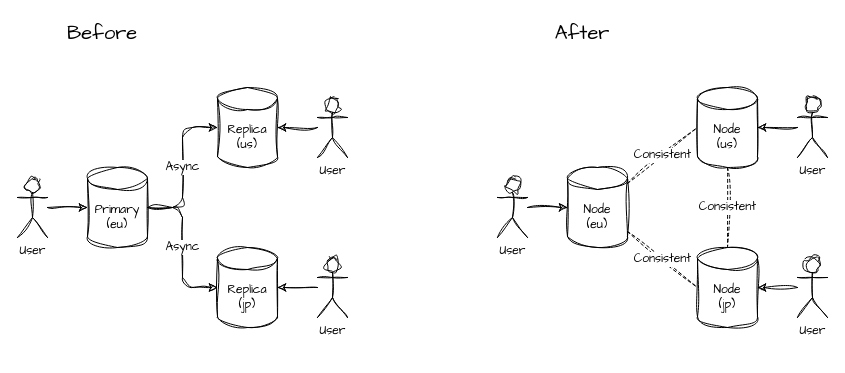
Earlier version of the draw.io diagram 001_fragile_data_integrations/edge_computing/diagram.drawio (codingconcepts/architecture-simplification). Source tidied: cells renumbered, new cells numbered last; positions are measured from the earlier drawing's top-left corner, leaving out a move shared by most shapes. Both pictures are drawn from the tidied source at 100%, with x=0, y=0 at pixel (17, 17).
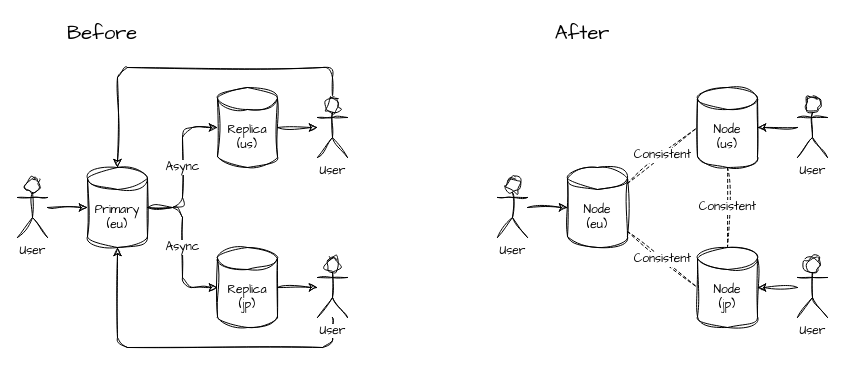
After the change.

Unchanged cells that the change refers to:
```xml
<mxCell id="4" value="Primary&lt;br&gt;(eu)" style="shape=cylinder3;whiteSpace=wrap;html=1;boundedLbl=1;backgroundOutline=1;size=11;sketch=1;curveFitting=1;jiggle=2;fontFamily=Architects Daughter;fillColor=none;" parent="1" vertex="1">
  <mxGeometry x="70" y="150" width="60" height="80" as="geometry" />
</mxCell>
<mxCell id="9" value="Replica&lt;br&gt;(us)" style="shape=cylinder3;whiteSpace=wrap;html=1;boundedLbl=1;backgroundOutline=1;size=11;sketch=1;curveFitting=1;jiggle=2;fontFamily=Architects Daughter;fillColor=none;" parent="1" vertex="1">
  <mxGeometry x="200" y="70" width="60" height="80" as="geometry" />
</mxCell>
<mxCell id="10" value="Replica&lt;br&gt;(jp)" style="shape=cylinder3;whiteSpace=wrap;html=1;boundedLbl=1;backgroundOutline=1;size=11;sketch=1;curveFitting=1;jiggle=2;fontFamily=Architects Daughter;fillColor=none;" parent="1" vertex="1">
  <mxGeometry x="200" y="230" width="60" height="80" as="geometry" />
</mxCell>
<mxCell id="12" value="User" style="shape=umlActor;verticalLabelPosition=bottom;verticalAlign=top;html=1;outlineConnect=0;sketch=1;hachureGap=4;jiggle=2;curveFitting=1;fontFamily=Architects Daughter;fontSize=12;" parent="1" vertex="1">
  <mxGeometry x="300" y="80" width="30" height="60" as="geometry" />
</mxCell>
```

Change to the diagram source:
```diff
@@
+    <mxCell id="29" style="edgeStyle=none;sketch=1;hachureGap=4;jiggle=2;curveFitting=1;html=1;fontFamily=Architects Daughter;fontSize=16;" parent="1" edge="1" source="9" target="12">
+      <mxGeometry relative="1" as="geometry" />
+    </mxCell>
@@
+    <mxCell id="30" style="edgeStyle=none;sketch=1;hachureGap=4;jiggle=2;curveFitting=1;html=1;fontFamily=Architects Daughter;fontSize=16;" parent="1" edge="1" source="10" target="14">
+      <mxGeometry relative="1" as="geometry" />
+    </mxCell>
@@
-    <mxCell id="11" style="edgeStyle=orthogonalEdgeStyle;sketch=1;hachureGap=4;jiggle=2;curveFitting=1;html=1;fontFamily=Architects Daughter;fontSize=12;" parent="1" edge="1" source="12" target="9">
-      <mxGeometry relative="1" as="geometry" />
+    <mxCell id="11" style="edgeStyle=orthogonalEdgeStyle;sketch=1;hachureGap=4;jiggle=2;curveFitting=1;html=1;fontFamily=Architects Daughter;fontSize=12;entryX=0.5;entryY=0;entryDx=0;entryDy=0;entryPerimeter=0;" parent="1" edge="1" source="12" target="4">
+      <mxGeometry relative="1" as="geometry">
+        <Array as="points">
+          <mxPoint x="315" y="50" />
+          <mxPoint x="100" y="50" />
+        </Array>
+      </mxGeometry>
     </mxCell>
@@
-    <mxCell id="13" style="edgeStyle=orthogonalEdgeStyle;sketch=1;hachureGap=4;jiggle=2;curveFitting=1;html=1;fontFamily=Architects Daughter;fontSize=12;" parent="1" edge="1" source="14" target="10">
-      <mxGeometry relative="1" as="geometry" />
+    <mxCell id="13" style="edgeStyle=orthogonalEdgeStyle;sketch=1;hachureGap=4;jiggle=2;curveFitting=1;html=1;fontFamily=Architects Daughter;fontSize=12;entryX=0.5;entryY=1;entryDx=0;entryDy=0;entryPerimeter=0;labelBackgroundColor=default;" parent="1" edge="1" source="14" target="4">
+      <mxGeometry relative="1" as="geometry">
+        <Array as="points">
+          <mxPoint x="315" y="330" />
+          <mxPoint x="100" y="330" />
+        </Array>
+      </mxGeometry>
     </mxCell>
-    <mxCell id="14" value="User" style="shape=umlActor;verticalLabelPosition=bottom;verticalAlign=top;html=1;outlineConnect=0;sketch=1;hachureGap=4;jiggle=2;curveFitting=1;fontFamily=Architects Daughter;fontSize=12;" parent="1" vertex="1">
-      <mxGeometry x="300" y="240" width="30" height="60" as="geometry" />
-    </mxCell>
@@
+    <mxCell id="14" value="User" style="shape=umlActor;verticalLabelPosition=bottom;verticalAlign=top;html=1;outlineConnect=0;sketch=1;hachureGap=4;jiggle=2;curveFitting=1;fontFamily=Architects Daughter;fontSize=12;labelBackgroundColor=default;" parent="1" vertex="1">
+      <mxGeometry x="300" y="240" width="30" height="60" as="geometry" />
+    </mxCell>
```
